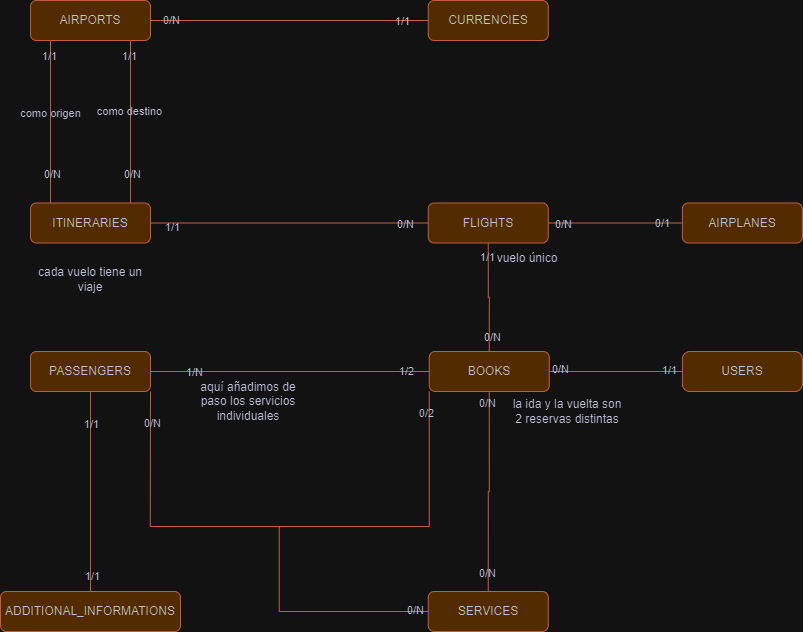
Before: UML/BBDD/2 Diagrama de flujo/DF destinyAirlines.drawio.png, a diagram exported from draw.io (SergioCorredorT/destinyairlinesReact). Source tidied: cells renumbered, new cells last; positions are measured from the earlier drawing's top-left corner, leaving out a move shared by most shapes. Its diagram source:
```xml
<mxGraphModel>
  <root>
    <mxCell id="0" />
    <mxCell id="1" parent="0" />
    <mxCell id="2" style="rounded=0;html=1;jettySize=auto;fontSize=11;endArrow=none;endFill=0;endSize=8;strokeWidth=1;shadow=0;labelBackgroundColor=none;edgeStyle=orthogonalEdgeStyle;entryX=0;entryY=0.5;entryDx=0;entryDy=0;exitX=1;exitY=0.5;exitDx=0;exitDy=0;fontColor=default;strokeColor=#E07A5F;" parent="1" edge="1" source="10" target="11">
      <mxGeometry relative="1" as="geometry" />
    </mxCell>
    <mxCell id="3" value="0/N" style="edgeLabel;html=1;align=center;verticalAlign=middle;labelBackgroundColor=none;fontColor=#393C56;" parent="2" vertex="1">
      <mxGeometry x="-0.5" relative="1" as="geometry">
        <mxPoint x="-91" y="1" as="offset" />
      </mxGeometry>
    </mxCell>
    <mxCell id="4" value="1/1" style="edgeLabel;html=1;align=center;verticalAlign=middle;labelBackgroundColor=none;fontColor=#393C56;" parent="2" vertex="1">
      <mxGeometry x="0.81" relative="1" as="geometry" />
    </mxCell>
    <mxCell id="5" value="0/N" style="edgeLabel;html=1;align=center;verticalAlign=middle;labelBackgroundColor=none;fontColor=#393C56;" parent="2" vertex="1">
      <mxGeometry x="-0.86" y="1" relative="1" as="geometry" />
    </mxCell>
    <mxCell id="6" style="edgeStyle=orthogonalEdgeStyle;rounded=0;orthogonalLoop=1;jettySize=auto;html=1;exitX=0.5;exitY=1;exitDx=0;exitDy=0;entryX=0.5;entryY=0;entryDx=0;entryDy=0;labelBackgroundColor=none;fontColor=default;endArrow=none;endFill=0;strokeColor=#E07A5F;" parent="1" edge="1">
      <mxGeometry relative="1" as="geometry">
        <mxPoint x="50" y="40" as="sourcePoint" />
        <mxPoint x="50" y="202.5" as="targetPoint" />
      </mxGeometry>
    </mxCell>
    <mxCell id="7" value="0/N" style="edgeLabel;html=1;align=center;verticalAlign=middle;labelBackgroundColor=none;fontColor=#393C56;" parent="6" vertex="1">
      <mxGeometry x="0.64" y="1" relative="1" as="geometry" />
    </mxCell>
    <mxCell id="8" value="1/1" style="edgeLabel;html=1;align=center;verticalAlign=middle;labelBackgroundColor=none;fontColor=#393C56;" parent="6" vertex="1">
      <mxGeometry x="-0.81" y="-2" relative="1" as="geometry" />
    </mxCell>
    <mxCell id="9" value="como origen" style="edgeLabel;html=1;align=center;verticalAlign=middle;labelBackgroundColor=none;fontColor=#393C56;" parent="6" vertex="1">
      <mxGeometry x="-0.19" y="-1" relative="1" as="geometry">
        <mxPoint y="6" as="offset" />
      </mxGeometry>
    </mxCell>
    <mxCell id="10" value="AIRPORTS" style="rounded=1;whiteSpace=wrap;html=1;fontSize=12;glass=0;strokeWidth=1;shadow=0;labelBackgroundColor=none;fillColor=#F2CC8F;strokeColor=#E07A5F;fontColor=#393C56;" parent="1" vertex="1">
      <mxGeometry x="30" width="120" height="40" as="geometry" />
    </mxCell>
    <mxCell id="11" value="CURRENCIES" style="rounded=1;whiteSpace=wrap;html=1;fontSize=12;glass=0;strokeWidth=1;shadow=0;labelBackgroundColor=none;fillColor=#F2CC8F;strokeColor=#E07A5F;fontColor=#393C56;" parent="1" vertex="1">
      <mxGeometry x="427.8" width="120" height="40" as="geometry" />
    </mxCell>
    <mxCell id="12" style="edgeStyle=orthogonalEdgeStyle;rounded=0;jettySize=auto;html=1;exitX=1;exitY=0.5;exitDx=0;exitDy=0;entryX=0;entryY=0.5;entryDx=0;entryDy=0;labelBackgroundColor=none;fontColor=default;endArrow=none;endFill=0;strokeColor=#E07A5F;" parent="1" edge="1" source="15" target="20">
      <mxGeometry relative="1" as="geometry" />
    </mxCell>
    <mxCell id="13" value="0/1" style="edgeLabel;html=1;align=center;verticalAlign=middle;labelBackgroundColor=none;fontColor=#393C56;" parent="12" vertex="1">
      <mxGeometry x="0.88" relative="1" as="geometry">
        <mxPoint x="-12" as="offset" />
      </mxGeometry>
    </mxCell>
    <mxCell id="14" value="0/N" style="edgeLabel;html=1;align=center;verticalAlign=middle;labelBackgroundColor=none;fontColor=#393C56;" parent="12" vertex="1">
      <mxGeometry x="-0.92" y="-1" relative="1" as="geometry">
        <mxPoint x="10" as="offset" />
      </mxGeometry>
    </mxCell>
    <mxCell id="15" value="FLIGHTS" style="rounded=1;whiteSpace=wrap;html=1;fontSize=12;glass=0;strokeWidth=1;shadow=0;labelBackgroundColor=none;fillColor=#F2CC8F;strokeColor=#E07A5F;fontColor=#393C56;" parent="1" vertex="1">
      <mxGeometry x="427.8" y="202.5" width="120" height="40" as="geometry" />
    </mxCell>
    <mxCell id="16" style="edgeStyle=orthogonalEdgeStyle;rounded=0;jettySize=auto;html=1;exitX=1;exitY=0.5;exitDx=0;exitDy=0;entryX=0;entryY=0.5;entryDx=0;entryDy=0;labelBackgroundColor=none;fontColor=default;endArrow=none;endFill=0;strokeColor=#E07A5F;" parent="1" edge="1" source="19" target="15">
      <mxGeometry relative="1" as="geometry" />
    </mxCell>
    <mxCell id="17" value="1/1" style="edgeLabel;html=1;align=center;verticalAlign=middle;labelBackgroundColor=none;fontColor=#393C56;" parent="16" vertex="1">
      <mxGeometry x="-0.85" y="-4" relative="1" as="geometry" />
    </mxCell>
    <mxCell id="18" value="0/N" style="edgeLabel;html=1;align=center;verticalAlign=middle;labelBackgroundColor=none;fontColor=#393C56;" parent="16" vertex="1">
      <mxGeometry x="0.83" y="-1" relative="1" as="geometry" />
    </mxCell>
    <mxCell id="19" value="ITINERARIES" style="rounded=1;whiteSpace=wrap;html=1;fontSize=12;glass=0;strokeWidth=1;shadow=0;labelBackgroundColor=none;fillColor=#F2CC8F;strokeColor=#E07A5F;fontColor=#393C56;" parent="1" vertex="1">
      <mxGeometry x="30" y="202.5" width="120" height="40" as="geometry" />
    </mxCell>
    <mxCell id="20" value="AIRPLANES" style="rounded=1;whiteSpace=wrap;html=1;fontSize=12;glass=0;strokeWidth=1;shadow=0;labelBackgroundColor=none;fillColor=#F2CC8F;strokeColor=#E07A5F;fontColor=#393C56;" parent="1" vertex="1">
      <mxGeometry x="681.9" y="202.5" width="120" height="40" as="geometry" />
    </mxCell>
    <mxCell id="21" value="SERVICES" style="rounded=1;whiteSpace=wrap;html=1;fontSize=12;glass=0;strokeWidth=1;shadow=0;labelBackgroundColor=none;fillColor=#F2CC8F;strokeColor=#E07A5F;fontColor=#393C56;" parent="1" vertex="1">
      <mxGeometry x="427.8" y="591" width="120" height="40" as="geometry" />
    </mxCell>
    <mxCell id="22" style="rounded=0;jettySize=auto;html=1;exitX=1;exitY=0.5;exitDx=0;exitDy=0;entryX=0;entryY=0.5;entryDx=0;entryDy=0;labelBackgroundColor=none;fontColor=default;endArrow=none;endFill=0;strokeColor=#E07A5F;" parent="1" edge="1" source="31" target="32">
      <mxGeometry relative="1" as="geometry" />
    </mxCell>
    <mxCell id="23" value="1/1" style="edgeLabel;html=1;align=center;verticalAlign=middle;labelBackgroundColor=none;fontColor=#393C56;" parent="22" vertex="1">
      <mxGeometry x="0.8" y="2" relative="1" as="geometry" />
    </mxCell>
    <mxCell id="24" value="0/N" style="edgeLabel;html=1;align=center;verticalAlign=middle;labelBackgroundColor=none;fontColor=#393C56;" parent="22" vertex="1">
      <mxGeometry x="-0.81" y="3" relative="1" as="geometry">
        <mxPoint x="-2" as="offset" />
      </mxGeometry>
    </mxCell>
    <mxCell id="25" style="edgeStyle=orthogonalEdgeStyle;rounded=0;jettySize=auto;html=1;exitX=0.5;exitY=0;exitDx=0;exitDy=0;entryX=0.5;entryY=1;entryDx=0;entryDy=0;labelBackgroundColor=none;fontColor=default;endArrow=none;endFill=0;strokeColor=#E07A5F;" parent="1" edge="1" source="31" target="15">
      <mxGeometry relative="1" as="geometry" />
    </mxCell>
    <mxCell id="26" value="1/1" style="edgeLabel;html=1;align=center;verticalAlign=middle;labelBackgroundColor=none;fontColor=#393C56;" parent="25" vertex="1">
      <mxGeometry x="0.89" y="1" relative="1" as="geometry">
        <mxPoint y="8" as="offset" />
      </mxGeometry>
    </mxCell>
    <mxCell id="27" value="0/N" style="edgeLabel;html=1;align=center;verticalAlign=middle;labelBackgroundColor=none;fontColor=#393C56;" parent="25" vertex="1">
      <mxGeometry x="-0.93" y="-3" relative="1" as="geometry">
        <mxPoint y="-11" as="offset" />
      </mxGeometry>
    </mxCell>
    <mxCell id="28" style="edgeStyle=orthogonalEdgeStyle;rounded=0;jettySize=auto;html=1;exitX=0.5;exitY=1;exitDx=0;exitDy=0;entryX=0.5;entryY=0;entryDx=0;entryDy=0;labelBackgroundColor=none;fontColor=default;endArrow=none;endFill=0;strokeColor=#E07A5F;" parent="1" edge="1" source="31" target="21">
      <mxGeometry relative="1" as="geometry" />
    </mxCell>
    <mxCell id="29" value="0/N" style="edgeLabel;html=1;align=center;verticalAlign=middle;labelBackgroundColor=none;fontColor=#393C56;" parent="28" vertex="1">
      <mxGeometry x="0.84" y="-1" relative="1" as="geometry">
        <mxPoint y="-1" as="offset" />
      </mxGeometry>
    </mxCell>
    <mxCell id="30" value="0/N" style="edgeLabel;html=1;align=center;verticalAlign=middle;labelBackgroundColor=none;fontColor=#393C56;" parent="28" vertex="1">
      <mxGeometry x="-0.88" y="-2" relative="1" as="geometry">
        <mxPoint y="-1" as="offset" />
      </mxGeometry>
    </mxCell>
    <mxCell id="31" value="BOOKS" style="rounded=1;whiteSpace=wrap;html=1;fontSize=12;glass=0;strokeWidth=1;shadow=0;labelBackgroundColor=none;fillColor=#F2CC8F;strokeColor=#E07A5F;fontColor=#393C56;" parent="1" vertex="1">
      <mxGeometry x="428.8" y="351" width="120" height="40" as="geometry" />
    </mxCell>
    <mxCell id="32" value="USERS" style="rounded=1;whiteSpace=wrap;html=1;fontSize=12;glass=0;strokeWidth=1;shadow=0;arcSize=19;labelBackgroundColor=none;fillColor=#F2CC8F;strokeColor=#E07A5F;fontColor=#393C56;" parent="1" vertex="1">
      <mxGeometry x="681.9" y="351" width="120" height="40" as="geometry" />
    </mxCell>
    <mxCell id="33" style="edgeStyle=orthogonalEdgeStyle;rounded=0;jettySize=auto;html=1;exitX=0.5;exitY=1;exitDx=0;exitDy=0;entryX=0.5;entryY=0;entryDx=0;entryDy=0;labelBackgroundColor=none;fontColor=default;endArrow=none;endFill=0;strokeColor=#E07A5F;" parent="1" edge="1" source="39" target="40">
      <mxGeometry relative="1" as="geometry" />
    </mxCell>
    <mxCell id="34" value="1/1" style="edgeLabel;html=1;align=center;verticalAlign=middle;labelBackgroundColor=none;fontColor=#393C56;" parent="33" vertex="1">
      <mxGeometry x="-0.68" relative="1" as="geometry" />
    </mxCell>
    <mxCell id="35" value="1/1" style="edgeLabel;html=1;align=center;verticalAlign=middle;labelBackgroundColor=none;fontColor=#393C56;" parent="33" vertex="1">
      <mxGeometry x="0.84" y="1" relative="1" as="geometry" />
    </mxCell>
    <mxCell id="36" style="edgeStyle=orthogonalEdgeStyle;rounded=0;jettySize=auto;html=1;exitX=1;exitY=0.5;exitDx=0;exitDy=0;entryX=0;entryY=0.5;entryDx=0;entryDy=0;labelBackgroundColor=none;fontColor=default;endArrow=none;endFill=0;strokeColor=#E07A5F;" parent="1" edge="1" source="39" target="31">
      <mxGeometry relative="1" as="geometry" />
    </mxCell>
    <mxCell id="37" value="1/N" style="edgeLabel;html=1;align=center;verticalAlign=middle;labelBackgroundColor=none;fontColor=#393C56;" parent="36" vertex="1">
      <mxGeometry x="-0.69" relative="1" as="geometry" />
    </mxCell>
    <mxCell id="38" value="1/2" style="edgeLabel;html=1;align=center;verticalAlign=middle;labelBackgroundColor=none;fontColor=#393C56;" parent="36" vertex="1">
      <mxGeometry x="0.83" y="1" relative="1" as="geometry" />
    </mxCell>
    <mxCell id="39" value="PASSENGERS" style="rounded=1;whiteSpace=wrap;html=1;fontSize=12;glass=0;strokeWidth=1;shadow=0;labelBackgroundColor=none;fillColor=#F2CC8F;strokeColor=#E07A5F;fontColor=#393C56;" parent="1" vertex="1">
      <mxGeometry x="30" y="351" width="120" height="40" as="geometry" />
    </mxCell>
    <mxCell id="40" value="ADDITIONAL_INFORMATIONS" style="rounded=1;whiteSpace=wrap;html=1;fontSize=12;glass=0;strokeWidth=1;shadow=0;labelBackgroundColor=none;fillColor=#F2CC8F;strokeColor=#E07A5F;fontColor=#393C56;" parent="1" vertex="1">
      <mxGeometry y="591" width="180" height="40" as="geometry" />
    </mxCell>
    <mxCell id="41" value="vuelo único" style="text;html=1;strokeColor=none;fillColor=none;align=center;verticalAlign=middle;whiteSpace=wrap;rounded=0;labelBackgroundColor=none;fontColor=#393C56;" parent="1" vertex="1">
      <mxGeometry x="468.8" y="242.5" width="116" height="30" as="geometry" />
    </mxCell>
    <mxCell id="42" value="cada vuelo tiene un viaje" style="text;html=1;strokeColor=none;fillColor=none;align=center;verticalAlign=middle;whiteSpace=wrap;rounded=0;labelBackgroundColor=none;fontColor=#393C56;" parent="1" vertex="1">
      <mxGeometry x="30" y="258.5" width="120" height="40" as="geometry" />
    </mxCell>
    <mxCell id="43" style="edgeStyle=orthogonalEdgeStyle;rounded=0;orthogonalLoop=1;jettySize=auto;html=1;exitX=0.5;exitY=1;exitDx=0;exitDy=0;entryX=0.5;entryY=0;entryDx=0;entryDy=0;labelBackgroundColor=none;fontColor=default;endArrow=none;endFill=0;strokeColor=#E07A5F;" parent="1" edge="1">
      <mxGeometry relative="1" as="geometry">
        <mxPoint x="130" y="40.5" as="sourcePoint" />
        <mxPoint x="130" y="202.5" as="targetPoint" />
      </mxGeometry>
    </mxCell>
    <mxCell id="44" value="0/N" style="edgeLabel;html=1;align=center;verticalAlign=middle;labelBackgroundColor=none;fontColor=#393C56;" parent="43" vertex="1">
      <mxGeometry x="0.64" y="1" relative="1" as="geometry" />
    </mxCell>
    <mxCell id="45" value="1/1" style="edgeLabel;html=1;align=center;verticalAlign=middle;labelBackgroundColor=none;fontColor=#393C56;" parent="43" vertex="1">
      <mxGeometry x="-0.81" y="-2" relative="1" as="geometry" />
    </mxCell>
    <mxCell id="46" value="como destino" style="edgeLabel;html=1;align=center;verticalAlign=middle;labelBackgroundColor=none;fontColor=#393C56;" parent="43" vertex="1">
      <mxGeometry x="-0.13" y="-2" relative="1" as="geometry" />
    </mxCell>
    <mxCell id="47" value="la ida y la vuelta son 2 reservas distintas" style="text;html=1;strokeColor=none;fillColor=none;align=center;verticalAlign=middle;whiteSpace=wrap;rounded=0;labelBackgroundColor=none;fontColor=#393C56;" parent="1" vertex="1">
      <mxGeometry x="508.8" y="396" width="116" height="30" as="geometry" />
    </mxCell>
    <mxCell id="48" value="aquí añadimos de paso los servicios individuales" style="text;html=1;strokeColor=none;fillColor=none;align=center;verticalAlign=middle;whiteSpace=wrap;rounded=0;labelBackgroundColor=none;fontColor=#393C56;" parent="1" vertex="1">
      <mxGeometry x="188.8" y="381" width="118" height="40" as="geometry" />
    </mxCell>
    <mxCell id="49" style="endArrow=none;html=1;rounded=0;entryX=1;entryY=1;entryDx=0;entryDy=0;exitX=0;exitY=1;exitDx=0;exitDy=0;labelBackgroundColor=none;fontColor=default;strokeColor=#E07A5F;" parent="1" edge="1" source="31" target="39">
      <mxGeometry relative="1" as="geometry">
        <Array as="points">
          <mxPoint x="428.8" y="526" />
          <mxPoint x="149.8" y="526" />
        </Array>
      </mxGeometry>
    </mxCell>
    <mxCell id="50" value="0/N" style="edgeLabel;html=1;align=center;verticalAlign=middle;labelBackgroundColor=none;fontColor=#393C56;" parent="49" vertex="1">
      <mxGeometry x="0.89" y="-2" relative="1" as="geometry" />
    </mxCell>
    <mxCell id="51" value="0/2" style="edgeLabel;html=1;align=center;verticalAlign=middle;labelBackgroundColor=none;fontColor=#393C56;" parent="49" vertex="1">
      <mxGeometry x="-0.92" y="-3" relative="1" as="geometry" />
    </mxCell>
    <mxCell id="52" style="endArrow=none;html=1;rounded=0;exitX=0;exitY=0.5;exitDx=0;exitDy=0;labelBackgroundColor=none;fontColor=default;strokeColor=#E07A5F;" parent="1" edge="1" source="21">
      <mxGeometry relative="1" as="geometry">
        <mxPoint x="278.8" y="526" as="targetPoint" />
        <Array as="points">
          <mxPoint x="278.8" y="611" />
        </Array>
      </mxGeometry>
    </mxCell>
    <mxCell id="53" value="0/N" style="edgeLabel;html=1;align=center;verticalAlign=middle;labelBackgroundColor=none;fontColor=#393C56;" parent="52" vertex="1">
      <mxGeometry x="-0.89" y="-2" relative="1" as="geometry" />
    </mxCell>
  </root>
</mxGraphModel>
```
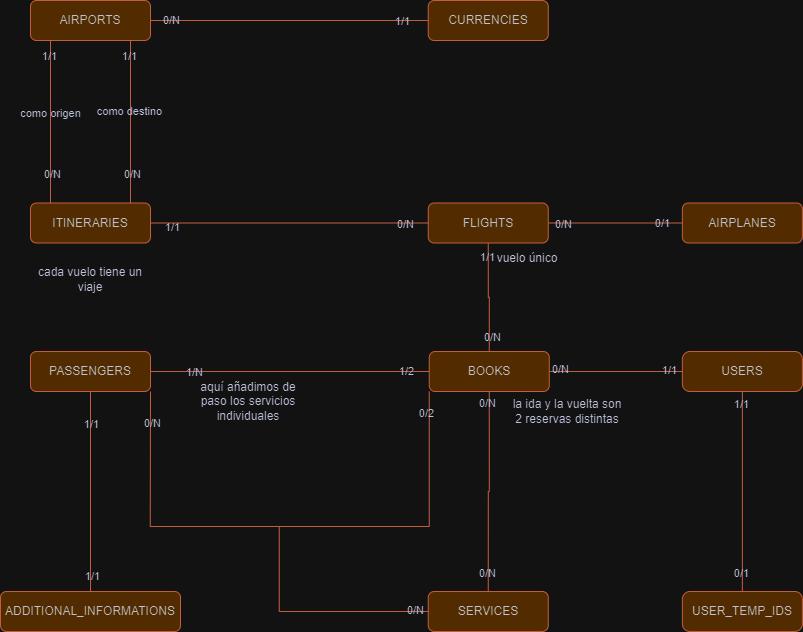
After the commit.

Diff of the diagram source:
```diff
@@ -113,6 +113,15 @@
     <mxCell id="31" value="BOOKS" style="rounded=1;whiteSpace=wrap;html=1;fontSize=12;glass=0;strokeWidth=1;shadow=0;labelBackgroundColor=none;fillColor=#F2CC8F;strokeColor=#E07A5F;fontColor=#393C56;" parent="1" vertex="1">
       <mxGeometry x="428.8" y="351" width="120" height="40" as="geometry" />
     </mxCell>
+    <mxCell id="54" style="edgeStyle=orthogonalEdgeStyle;rounded=0;jettySize=auto;html=1;exitX=0.5;exitY=1;exitDx=0;exitDy=0;entryX=0.5;entryY=0;entryDx=0;entryDy=0;endArrow=none;endFill=0;labelBackgroundColor=none;fontColor=default;strokeColor=#E07A5F;" parent="1" edge="1" source="32" target="57">
+      <mxGeometry relative="1" as="geometry" />
+    </mxCell>
+    <mxCell id="55" value="1/1" style="edgeLabel;html=1;align=center;verticalAlign=middle;labelBackgroundColor=none;fontColor=#393C56;" parent="54" vertex="1">
+      <mxGeometry x="-0.88" y="-1" relative="1" as="geometry" />
+    </mxCell>
+    <mxCell id="56" value="0/1" style="edgeLabel;html=1;align=center;verticalAlign=middle;labelBackgroundColor=none;fontColor=#393C56;" parent="54" vertex="1">
+      <mxGeometry x="0.81" y="-1" relative="1" as="geometry" />
+    </mxCell>
     <mxCell id="32" value="USERS" style="rounded=1;whiteSpace=wrap;html=1;fontSize=12;glass=0;strokeWidth=1;shadow=0;arcSize=19;labelBackgroundColor=none;fillColor=#F2CC8F;strokeColor=#E07A5F;fontColor=#393C56;" parent="1" vertex="1">
       <mxGeometry x="681.9" y="351" width="120" height="40" as="geometry" />
     </mxCell>
@@ -192,5 +201,8 @@
     <mxCell id="53" value="0/N" style="edgeLabel;html=1;align=center;verticalAlign=middle;labelBackgroundColor=none;fontColor=#393C56;" parent="52" vertex="1">
       <mxGeometry x="-0.89" y="-2" relative="1" as="geometry" />
     </mxCell>
+    <mxCell id="57" value="USER_TEMP_IDS" style="rounded=1;whiteSpace=wrap;html=1;fontSize=12;glass=0;strokeWidth=1;shadow=0;arcSize=19;labelBackgroundColor=none;fillColor=#F2CC8F;strokeColor=#E07A5F;fontColor=#393C56;" parent="1" vertex="1">
+      <mxGeometry x="681.9" y="591" width="120" height="40" as="geometry" />
+    </mxCell>
   </root>
 </mxGraphModel>
```
